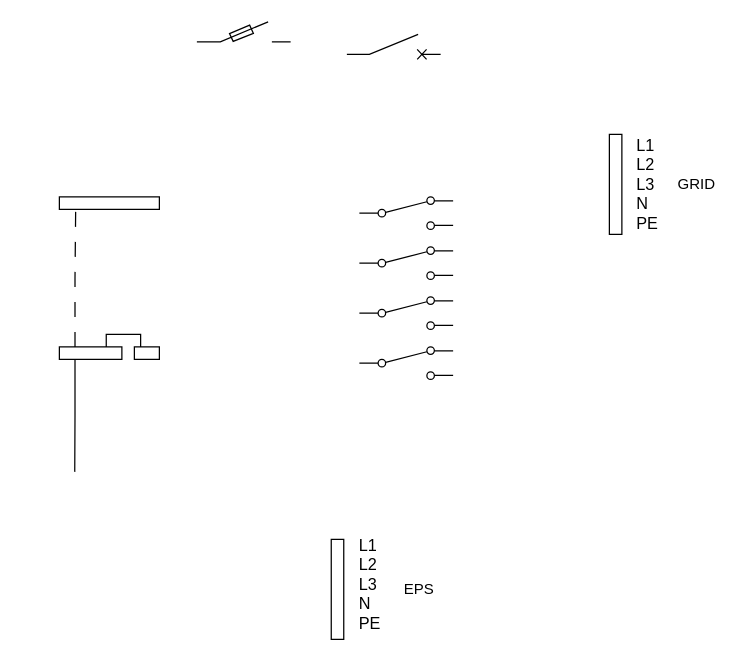
This is solabream1.drawio from tomasbrincil/solarbeam, a draw.io file, before an edit. Source tidied: cells renumbered, new cells numbered last; positions are measured from the earlier drawing's top-left corner, leaving out a move shared by most shapes. Both pictures are drawn from the tidied source at 125%, with x=0, y=0 at pixel (59, 21).
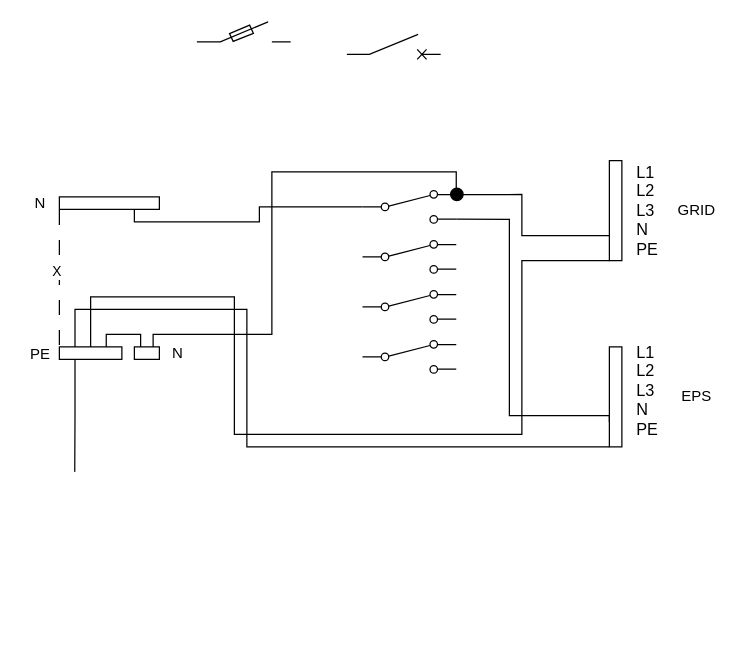
The same diagram, later.

Unchanged cells that the change refers to:
```xml
<mxCell id="7" style="rounded=0;whiteSpace=wrap;html=1;fillColor=none;" parent="1" vertex="1">
  <mxGeometry y="260" width="50" height="10" as="geometry" />
</mxCell>
<mxCell id="8" style="rounded=0;whiteSpace=wrap;html=1;fillColor=none;" parent="1" vertex="1">
  <mxGeometry y="140" width="80" height="10" as="geometry" />
</mxCell>
<mxCell id="18" style="rounded=0;whiteSpace=wrap;html=1;fillColor=none;" parent="1" vertex="1">
  <mxGeometry x="60" y="260" width="20" height="10" as="geometry" />
</mxCell>
```

Change to the diagram source:
```diff
@@
+    <mxCell id="20" style="edgeStyle=orthogonalEdgeStyle;rounded=0;jettySize=auto;html=1;exitX=0;exitY=0.5;exitDx=0;exitDy=0;entryX=0.75;entryY=1;entryDx=0;entryDy=0;endArrow=none;endFill=0;" parent="1" edge="1" source="3" target="8">
+      <mxGeometry relative="1" as="geometry">
+        <Array as="points">
+          <mxPoint x="160" y="148" />
+          <mxPoint x="160" y="160" />
+          <mxPoint x="60" y="160" />
+        </Array>
+      </mxGeometry>
+    </mxCell>
     <mxCell id="3" style="html=1;shape=mxgraph.electrical.electro-mechanical.twoWaySwitch;elSwitchState=2;" parent="1" vertex="1">
-      <mxGeometry x="240" y="140" width="75" height="26" as="geometry" />
+      <mxGeometry x="242.5" y="135" width="75" height="26" as="geometry" />
     </mxCell>
@@
     <mxCell id="9" style="html=1;shape=mxgraph.electrical.electro-mechanical.twoWaySwitch;elSwitchState=2;" parent="1" vertex="1">
-      <mxGeometry x="240" y="220" width="75" height="26" as="geometry" />
+      <mxGeometry x="242.5" y="215" width="75" height="26" as="geometry" />
     </mxCell>
     <mxCell id="10" style="html=1;shape=mxgraph.electrical.electro-mechanical.twoWaySwitch;elSwitchState=2;" parent="1" vertex="1">
-      <mxGeometry x="240" y="180" width="75" height="26" as="geometry" />
+      <mxGeometry x="242.5" y="175" width="75" height="26" as="geometry" />
     </mxCell>
     <mxCell id="11" style="html=1;shape=mxgraph.electrical.electro-mechanical.twoWaySwitch;elSwitchState=2;" parent="1" vertex="1">
-      <mxGeometry x="240" y="260" width="75" height="26" as="geometry" />
+      <mxGeometry x="242.5" y="255" width="75" height="26" as="geometry" />
     </mxCell>
+    <mxCell id="21" style="edgeStyle=orthogonalEdgeStyle;rounded=0;jettySize=auto;html=1;exitX=0;exitY=0.75;exitDx=0;exitDy=0;exitPerimeter=0;entryX=1;entryY=0.12;entryDx=0;entryDy=0;endArrow=none;endFill=0;" parent="1" edge="1" source="12" target="3">
+      <mxGeometry relative="1" as="geometry">
+        <Array as="points">
+          <mxPoint x="370" y="171" />
+          <mxPoint x="370" y="138" />
+        </Array>
+      </mxGeometry>
+    </mxCell>
+    <mxCell id="22" style="edgeStyle=orthogonalEdgeStyle;rounded=0;jettySize=auto;html=1;exitX=0;exitY=1;exitDx=0;exitDy=0;exitPerimeter=0;entryX=0.5;entryY=0;entryDx=0;entryDy=0;endArrow=none;endFill=0;" parent="1" edge="1" source="12" target="7">
+      <mxGeometry relative="1" as="geometry">
+        <Array as="points">
+          <mxPoint x="370" y="191" />
+          <mxPoint x="370" y="330" />
+          <mxPoint x="140" y="330" />
+          <mxPoint x="140" y="220" />
+          <mxPoint x="25" y="220" />
+        </Array>
+      </mxGeometry>
+    </mxCell>
     <mxCell id="12" style="rounded=0;whiteSpace=wrap;html=1;fillColor=none;points=[[0,0,0,0,0],[0,0.25,0,0,0],[0,0.5,0,0,0],[0,0.75,0,0,0],[0,1,0,0,0]];" parent="1" vertex="1">
-      <mxGeometry x="440" y="90" width="10" height="80" as="geometry" />
+      <mxGeometry x="440" y="111" width="10" height="80" as="geometry" />
     </mxCell>
+    <mxCell id="23" style="edgeStyle=orthogonalEdgeStyle;rounded=0;jettySize=auto;html=1;exitX=0;exitY=0.75;exitDx=0;exitDy=0;exitPerimeter=0;entryX=1;entryY=0.88;entryDx=0;entryDy=0;startArrow=none;startFill=0;endArrow=none;endFill=0;" parent="1" edge="1" source="13" target="3">
+      <mxGeometry relative="1" as="geometry">
+        <Array as="points">
+          <mxPoint x="360" y="315" />
+          <mxPoint x="360" y="158" />
+        </Array>
+      </mxGeometry>
+    </mxCell>
+    <mxCell id="24" style="edgeStyle=orthogonalEdgeStyle;rounded=0;jettySize=auto;html=1;exitX=0;exitY=1;exitDx=0;exitDy=0;exitPerimeter=0;entryX=0.25;entryY=0;entryDx=0;entryDy=0;endArrow=none;endFill=0;" parent="1" edge="1" source="13" target="7">
+      <mxGeometry relative="1" as="geometry">
+        <Array as="points">
+          <mxPoint x="440" y="340" />
+          <mxPoint x="150" y="340" />
+          <mxPoint x="150" y="230" />
+          <mxPoint x="13" y="230" />
+        </Array>
+      </mxGeometry>
+    </mxCell>
     <mxCell id="13" style="rounded=0;whiteSpace=wrap;html=1;fillColor=none;points=[[0,0,0,0,0],[0,0.25,0,0,0],[0,0.5,0,0,0],[0,0.75,0,0,0],[0,1,0,0,0]];" parent="1" vertex="1">
-      <mxGeometry x="217.5" y="414" width="10" height="80" as="geometry" />
+      <mxGeometry x="440" y="260" width="10" height="80" as="geometry" />
     </mxCell>
     <mxCell id="14" value="GRID" style="text;html=1;strokeColor=none;fillColor=none;align=center;verticalAlign=middle;whiteSpace=wrap;rounded=0;" parent="1" vertex="1">
-      <mxGeometry x="480" y="115" width="60" height="30" as="geometry" />
+      <mxGeometry x="480" y="136" width="60" height="30" as="geometry" />
     </mxCell>
     <mxCell id="15" value="EPS" style="text;html=1;strokeColor=none;fillColor=none;align=center;verticalAlign=middle;whiteSpace=wrap;rounded=0;" parent="1" vertex="1">
-      <mxGeometry x="257.5" y="439" width="60" height="30" as="geometry" />
+      <mxGeometry x="480" y="285" width="60" height="30" as="geometry" />
     </mxCell>
     <mxCell id="16" value="&lt;font style=&quot;font-size: 13px;&quot;&gt;L1&lt;br&gt;L2&lt;br&gt;L3&lt;br&gt;N&lt;br&gt;PE&lt;/font&gt;" style="text;html=1;strokeColor=none;fillColor=none;align=left;verticalAlign=middle;whiteSpace=wrap;rounded=0;" parent="1" vertex="1">
-      <mxGeometry x="460" y="80" width="20" height="100" as="geometry" />
+      <mxGeometry x="460" y="101" width="20" height="100" as="geometry" />
     </mxCell>
     <mxCell id="17" value="&lt;font style=&quot;font-size: 13px;&quot;&gt;L1&lt;br&gt;L2&lt;br&gt;L3&lt;br&gt;N&lt;br&gt;PE&lt;/font&gt;" style="text;html=1;strokeColor=none;fillColor=none;align=left;verticalAlign=middle;whiteSpace=wrap;rounded=0;" parent="1" vertex="1">
-      <mxGeometry x="237.5" y="400" width="20" height="100" as="geometry" />
+      <mxGeometry x="460" y="245" width="20" height="100" as="geometry" />
     </mxCell>
@@
-    <mxCell id="19" style="edgeStyle=orthogonalEdgeStyle;rounded=0;jettySize=auto;html=1;exitX=0.25;exitY=0;exitDx=0;exitDy=0;entryX=0.163;entryY=0.986;entryDx=0;entryDy=0;entryPerimeter=0;startArrow=none;startFill=0;dashed=1;dashPattern=12 12;endArrow=none;endFill=0;" parent="1" edge="1" source="7" target="8">
-      <mxGeometry relative="1" as="geometry" />
+    <mxCell id="19" style="edgeStyle=orthogonalEdgeStyle;rounded=0;jettySize=auto;html=1;exitX=1;exitY=0.25;exitDx=0;exitDy=0;entryX=0;entryY=1;entryDx=0;entryDy=0;startArrow=none;startFill=0;dashed=1;dashPattern=12 12;endArrow=none;endFill=0;" parent="1" edge="1" source="27" target="8">
+      <mxGeometry relative="1" as="geometry">
+        <Array as="points">
+          <mxPoint y="230" />
+          <mxPoint y="230" />
+        </Array>
+      </mxGeometry>
     </mxCell>
+    <mxCell id="25" value="X" style="edgeLabel;html=1;align=center;verticalAlign=middle;" parent="19" vertex="1">
+      <mxGeometry x="0.09" y="2" relative="1" as="geometry" />
+    </mxCell>
+    <mxCell id="26" value="N" style="text;html=1;strokeColor=none;fillColor=none;align=center;verticalAlign=middle;whiteSpace=wrap;rounded=0;" parent="1" vertex="1">
+      <mxGeometry x="-30" y="130" width="30" height="30" as="geometry" />
+    </mxCell>
+    <mxCell id="27" value="PE" style="text;html=1;strokeColor=none;fillColor=none;align=center;verticalAlign=middle;whiteSpace=wrap;rounded=0;" parent="1" vertex="1">
+      <mxGeometry x="-30" y="251" width="30" height="30" as="geometry" />
+    </mxCell>
+    <mxCell id="28" value="N" style="text;html=1;strokeColor=none;fillColor=none;align=center;verticalAlign=middle;whiteSpace=wrap;rounded=0;" parent="1" vertex="1">
+      <mxGeometry x="80" y="250" width="30" height="30" as="geometry" />
+    </mxCell>
+    <mxCell id="29" style="edgeStyle=orthogonalEdgeStyle;rounded=0;jettySize=auto;html=1;exitX=1;exitY=0.12;exitDx=0;exitDy=0;entryX=0.75;entryY=0;entryDx=0;entryDy=0;endArrow=none;endFill=0;" parent="1" edge="1" source="3" target="18">
+      <mxGeometry relative="1" as="geometry">
+        <Array as="points">
+          <mxPoint x="318" y="120" />
+          <mxPoint x="170" y="120" />
+          <mxPoint x="170" y="250" />
+          <mxPoint x="75" y="250" />
+        </Array>
+      </mxGeometry>
+    </mxCell>
+    <mxCell id="30" style="ellipse;whiteSpace=wrap;html=1;fillColor=#000000;" parent="1" vertex="1">
+      <mxGeometry x="313" y="133" width="10" height="10" as="geometry" />
+    </mxCell>
```
